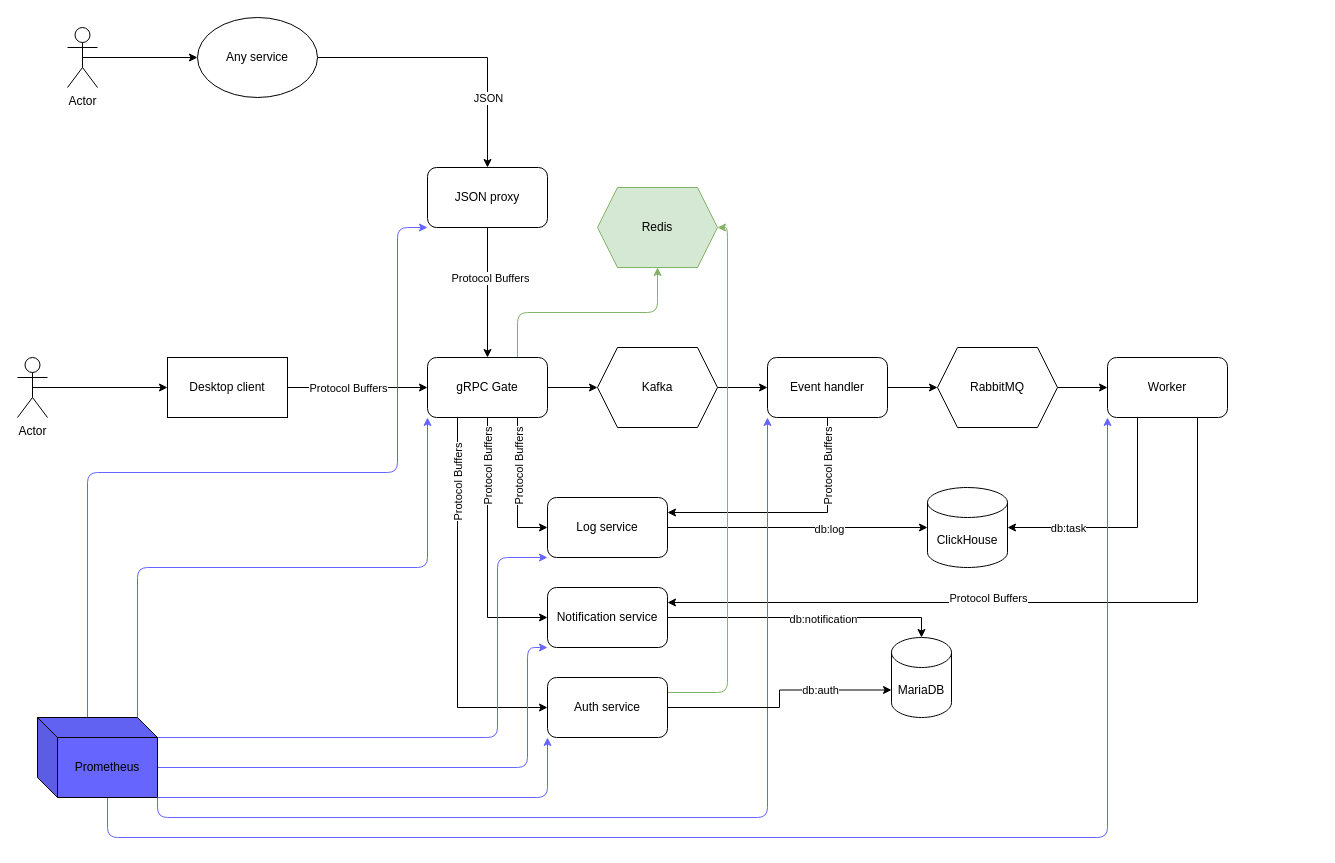
Above: page "New" (1 of 2) of scheme.drawio in gbh007/petus-projectus (draw.io), before the change. Source tidied: cells renumbered, new cells numbered last; positions are measured from the earlier drawing's top-left corner, leaving out a move shared by most shapes. Both pictures are drawn from the tidied source at 100%, with x=0, y=0 at pixel (17, 17).
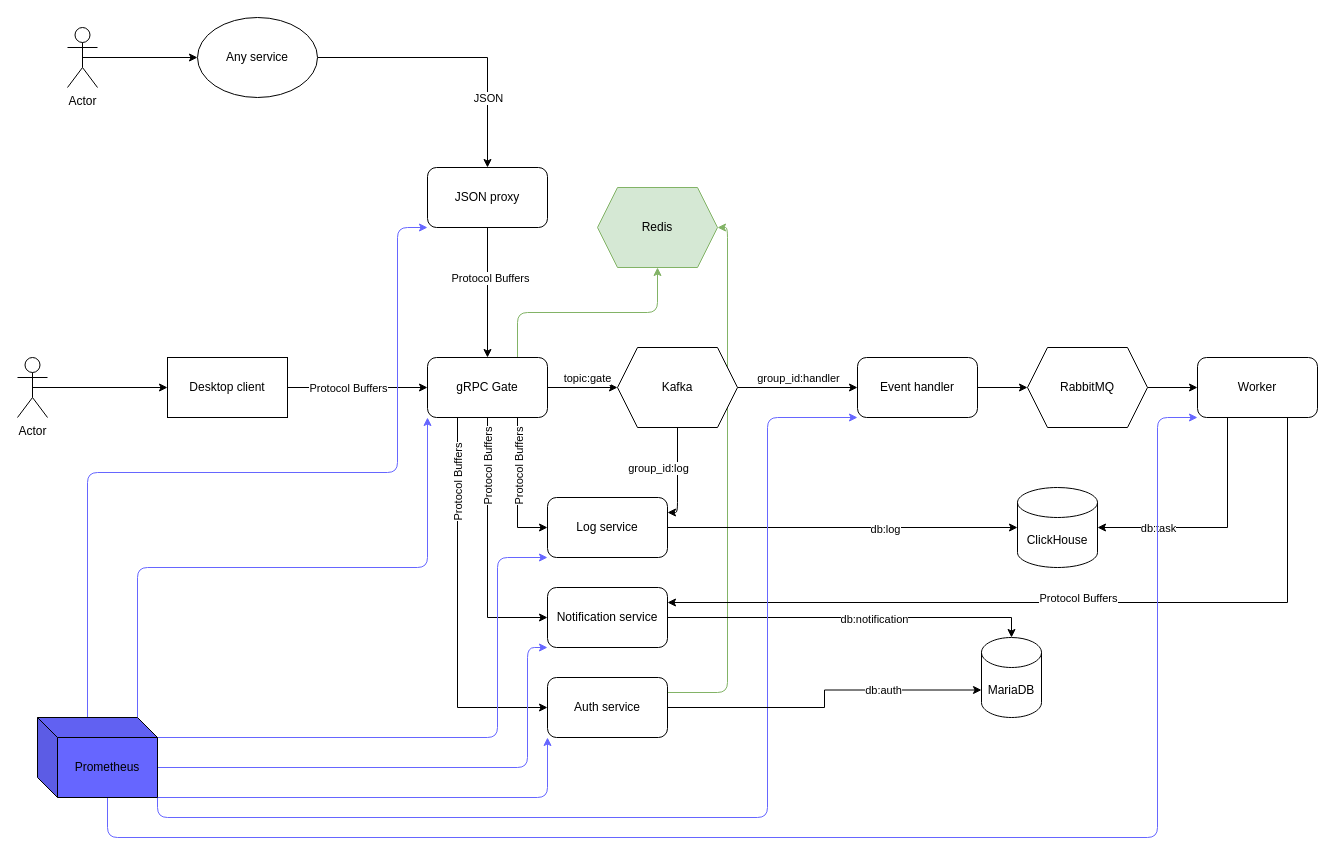
The same diagram, later.

Unchanged cells that the change refers to:
```xml
<mxCell id="4" style="edgeStyle=orthogonalEdgeStyle;rounded=0;jettySize=auto;html=1;exitX=1;exitY=0.5;exitDx=0;exitDy=0;entryX=0;entryY=0.5;entryDx=0;entryDy=0;" parent="1" edge="1" source="5" target="10">
  <mxGeometry relative="1" as="geometry" />
</mxCell>
<mxCell id="15" style="edgeStyle=orthogonalEdgeStyle;rounded=0;jettySize=auto;html=1;exitX=1;exitY=0.5;exitDx=0;exitDy=0;entryX=0;entryY=0.5;entryDx=0;entryDy=0;" parent="1" edge="1" source="22" target="5">
  <mxGeometry relative="1" as="geometry" />
</mxCell>
<mxCell id="38" value="Log service" style="rounded=1;whiteSpace=wrap;html=1;" parent="1" vertex="1">
  <mxGeometry x="530" y="480" width="120" height="60" as="geometry" />
</mxCell>
<mxCell id="49" value="Prometheus" style="shape=cube;whiteSpace=wrap;html=1;boundedLbl=1;backgroundOutline=1;darkOpacity=0.05;darkOpacity2=0.1;fillColor=#6666FF;" parent="1" vertex="1">
  <mxGeometry x="20" y="700" width="120" height="80" as="geometry" />
</mxCell>
<mxCell id="53" value="Auth service" style="rounded=1;whiteSpace=wrap;html=1;" parent="1" vertex="1">
  <mxGeometry x="530" y="660" width="120" height="60" as="geometry" />
</mxCell>
<mxCell id="57" value="Redis" style="shape=hexagon;perimeter=hexagonPerimeter2;whiteSpace=wrap;html=1;fixedSize=1;fillColor=#d5e8d4;strokeColor=#82b366;" parent="1" vertex="1">
  <mxGeometry x="580" y="170" width="120" height="80" as="geometry" />
</mxCell>
```

The edit, as a diff of the source:
```diff
@@
+    <mxCell id="52" style="edgeStyle=orthogonalEdgeStyle;html=1;exitX=1;exitY=0.25;exitDx=0;exitDy=0;entryX=1;entryY=0.5;entryDx=0;entryDy=0;fillColor=#d5e8d4;strokeColor=#82b366;" parent="1" edge="1" source="53" target="57">
+      <mxGeometry relative="1" as="geometry" />
+    </mxCell>
     <mxCell id="2" value="ClickHouse" style="shape=cylinder3;whiteSpace=wrap;html=1;boundedLbl=1;backgroundOutline=1;size=15;" parent="1" vertex="1">
-      <mxGeometry x="910" y="470" width="80" height="80" as="geometry" />
+      <mxGeometry x="1000" y="470" width="80" height="80" as="geometry" />
     </mxCell>
     <mxCell id="3" value="MariaDB" style="shape=cylinder3;whiteSpace=wrap;html=1;boundedLbl=1;backgroundOutline=1;size=15;" parent="1" vertex="1">
-      <mxGeometry x="874" y="620" width="60" height="80" as="geometry" />
+      <mxGeometry x="964" y="620" width="60" height="80" as="geometry" />
     </mxCell>
@@
+    <mxCell id="58" value="group_id:handler" style="edgeLabel;html=1;align=center;verticalAlign=middle;" parent="4" vertex="1">
+      <mxGeometry x="-0.21" relative="1" as="geometry">
+        <mxPoint x="13" y="-10" as="offset" />
+      </mxGeometry>
+    </mxCell>
+    <mxCell id="59" style="edgeStyle=orthogonalEdgeStyle;html=1;exitX=0.5;exitY=1;exitDx=0;exitDy=0;entryX=1;entryY=0.25;entryDx=0;entryDy=0;" parent="1" edge="1" source="5" target="38">
+      <mxGeometry relative="1" as="geometry" />
+    </mxCell>
     <mxCell id="5" value="Kafka" style="shape=hexagon;perimeter=hexagonPerimeter2;whiteSpace=wrap;html=1;fixedSize=1;" parent="1" vertex="1">
-      <mxGeometry x="580" y="330" width="120" height="80" as="geometry" />
+      <mxGeometry x="600" y="330" width="120" height="80" as="geometry" />
     </mxCell>
@@
     <mxCell id="7" value="RabbitMQ" style="shape=hexagon;perimeter=hexagonPerimeter2;whiteSpace=wrap;html=1;fixedSize=1;" parent="1" vertex="1">
-      <mxGeometry x="920" y="330" width="120" height="80" as="geometry" />
+      <mxGeometry x="1010" y="330" width="120" height="80" as="geometry" />
     </mxCell>
@@
-    <mxCell id="9" style="edgeStyle=orthogonalEdgeStyle;rounded=0;html=1;exitX=0.5;exitY=1;exitDx=0;exitDy=0;entryX=1;entryY=0.25;entryDx=0;entryDy=0;" parent="1" edge="1" source="10" target="38">
-      <mxGeometry relative="1" as="geometry" />
-    </mxCell>
     <mxCell id="10" value="Event handler" style="rounded=1;whiteSpace=wrap;html=1;" parent="1" vertex="1">
-      <mxGeometry x="750" y="340" width="120" height="60" as="geometry" />
+      <mxGeometry x="840" y="340" width="120" height="60" as="geometry" />
     </mxCell>
@@
     <mxCell id="14" value="Worker" style="rounded=1;whiteSpace=wrap;html=1;" parent="1" vertex="1">
-      <mxGeometry x="1090" y="340" width="120" height="60" as="geometry" />
+      <mxGeometry x="1180" y="340" width="120" height="60" as="geometry" />
     </mxCell>
@@
+    <mxCell id="60" value="topic:gate" style="edgeLabel;html=1;align=center;verticalAlign=middle;" parent="15" vertex="1">
+      <mxGeometry x="-0.21" y="2" relative="1" as="geometry">
+        <mxPoint x="11" y="-8" as="offset" />
+      </mxGeometry>
+    </mxCell>
@@
     <mxCell id="46" style="edgeStyle=orthogonalEdgeStyle;html=1;exitX=0;exitY=0;exitDx=70;exitDy=80;exitPerimeter=0;entryX=0;entryY=1;entryDx=0;entryDy=0;rounded=1;strokeColor=#6666FF;snapToPoint=0;fixDash=0;backgroundOutline=0;orthogonal=0;enumerate=0;comic=0;" parent="1" edge="1" source="49" target="14">
       <mxGeometry relative="1" as="geometry">
         <Array as="points">
           <mxPoint x="90" y="820" />
-          <mxPoint x="1090" y="820" />
+          <mxPoint x="1140" y="820" />
+          <mxPoint x="1140" y="400" />
         </Array>
       </mxGeometry>
     </mxCell>
@@
-    <mxCell id="52" style="edgeStyle=orthogonalEdgeStyle;html=1;exitX=1;exitY=0.25;exitDx=0;exitDy=0;entryX=1;entryY=0.5;entryDx=0;entryDy=0;fillColor=#d5e8d4;strokeColor=#82b366;" parent="1" edge="1" source="53" target="57">
-      <mxGeometry relative="1" as="geometry" />
-    </mxCell>
@@
     <mxCell id="55" value="Protocol Buffers" style="edgeLabel;html=1;align=center;verticalAlign=middle;rotation=0;" parent="1" vertex="1">
-      <mxGeometry x="970" y="580" as="geometry" />
+      <mxGeometry x="1060" y="580" as="geometry" />
     </mxCell>
-    <mxCell id="56" value="Protocol Buffers" style="edgeLabel;html=1;align=center;verticalAlign=middle;rotation=270;" parent="1" vertex="1">
-      <mxGeometry x="810" y="450" as="geometry" />
-    </mxCell>
@@
+    <mxCell id="61" value="group_id:log" style="edgeLabel;html=1;align=center;verticalAlign=middle;" parent="1" vertex="1">
+      <mxGeometry x="640" y="450" as="geometry" />
+    </mxCell>
```
